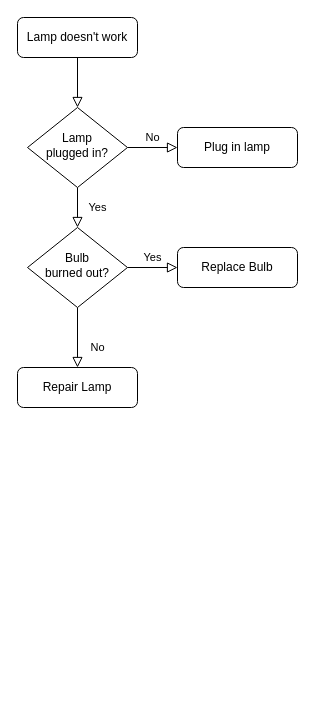
Earlier version of the draw.io diagram Untitled Diagram.drawio (upholdjd/Sketches). Source tidied: cells renumbered, new cells numbered last; positions are measured from the earlier drawing's top-left corner, leaving out a move shared by most shapes. Both pictures are drawn from the tidied source at 100%, with x=0, y=0 at pixel (17, 17).
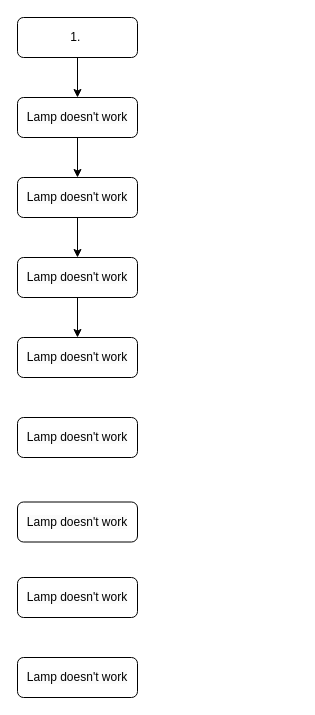
Above is the later version.

Change to the diagram source:
```diff
@@
 <mxGraphModel>
   <root>
     <mxCell id="0" />
     <mxCell id="1" parent="0" />
-    <mxCell id="2" style="rounded=0;html=1;jettySize=auto;fontSize=11;endArrow=block;endFill=0;endSize=8;strokeWidth=1;shadow=0;labelBackgroundColor=none;edgeStyle=orthogonalEdgeStyle;" parent="1" edge="1" source="3" target="6">
-      <mxGeometry relative="1" as="geometry" />
-    </mxCell>
+    <mxCell id="13" style="edgeStyle=orthogonalEdgeStyle;rounded=0;jettySize=auto;html=1;exitX=0.5;exitY=1;exitDx=0;exitDy=0;entryX=0.5;entryY=0;entryDx=0;entryDy=0;" parent="1" edge="1" source="3" target="15">
+      <mxGeometry relative="1" as="geometry" />
+    </mxCell>
-    <mxCell id="3" value="Lamp doesn't work" style="rounded=1;whiteSpace=wrap;html=1;fontSize=12;glass=0;strokeWidth=1;shadow=0;" parent="1" vertex="1">
+    <mxCell id="3" value="1.&amp;nbsp;" style="rounded=1;whiteSpace=wrap;html=1;fontSize=12;glass=0;strokeWidth=1;shadow=0;" parent="1" vertex="1">
       <mxGeometry width="120" height="40" as="geometry" />
     </mxCell>
-    <mxCell id="4" value="Yes" style="rounded=0;html=1;jettySize=auto;fontSize=11;endArrow=block;endFill=0;endSize=8;strokeWidth=1;shadow=0;labelBackgroundColor=none;edgeStyle=orthogonalEdgeStyle;" parent="1" edge="1" source="6" target="10">
-      <mxGeometry y="20" relative="1" as="geometry" />
-    </mxCell>
-    <mxCell id="5" value="No" style="edgeStyle=orthogonalEdgeStyle;rounded=0;html=1;jettySize=auto;fontSize=11;endArrow=block;endFill=0;endSize=8;strokeWidth=1;shadow=0;labelBackgroundColor=none;" parent="1" edge="1" source="6" target="7">
-      <mxGeometry y="10" relative="1" as="geometry" />
-    </mxCell>
-    <mxCell id="6" value="Lamp&lt;br&gt;plugged in?" style="rhombus;whiteSpace=wrap;html=1;shadow=0;fontFamily=Helvetica;fontSize=12;align=center;strokeWidth=1;spacing=6;spacingTop=-4;" parent="1" vertex="1">
-      <mxGeometry x="10" y="90" width="100" height="80" as="geometry" />
-    </mxCell>
-    <mxCell id="7" value="Plug in lamp" style="rounded=1;whiteSpace=wrap;html=1;fontSize=12;glass=0;strokeWidth=1;shadow=0;" parent="1" vertex="1">
-      <mxGeometry x="160" y="110" width="120" height="40" as="geometry" />
-    </mxCell>
-    <mxCell id="8" value="No" style="rounded=0;html=1;jettySize=auto;fontSize=11;endArrow=block;endFill=0;endSize=8;strokeWidth=1;shadow=0;labelBackgroundColor=none;edgeStyle=orthogonalEdgeStyle;" parent="1" edge="1" source="10" target="11">
-      <mxGeometry x="0.33" y="20" relative="1" as="geometry" />
-    </mxCell>
-    <mxCell id="9" value="Yes" style="edgeStyle=orthogonalEdgeStyle;rounded=0;html=1;jettySize=auto;fontSize=11;endArrow=block;endFill=0;endSize=8;strokeWidth=1;shadow=0;labelBackgroundColor=none;" parent="1" edge="1" source="10" target="12">
-      <mxGeometry y="10" relative="1" as="geometry" />
-    </mxCell>
-    <mxCell id="10" value="Bulb&lt;br&gt;burned out?" style="rhombus;whiteSpace=wrap;html=1;shadow=0;fontFamily=Helvetica;fontSize=12;align=center;strokeWidth=1;spacing=6;spacingTop=-4;" parent="1" vertex="1">
-      <mxGeometry x="10" y="210" width="100" height="80" as="geometry" />
-    </mxCell>
-    <mxCell id="11" value="Repair Lamp" style="rounded=1;whiteSpace=wrap;html=1;fontSize=12;glass=0;strokeWidth=1;shadow=0;" parent="1" vertex="1">
-      <mxGeometry y="350" width="120" height="40" as="geometry" />
-    </mxCell>
-    <mxCell id="12" value="Replace Bulb" style="rounded=1;whiteSpace=wrap;html=1;fontSize=12;glass=0;strokeWidth=1;shadow=0;" parent="1" vertex="1">
-      <mxGeometry x="160" y="230" width="120" height="40" as="geometry" />
-    </mxCell>
+    <mxCell id="14" style="edgeStyle=orthogonalEdgeStyle;rounded=0;jettySize=auto;html=1;exitX=0.5;exitY=1;exitDx=0;exitDy=0;entryX=0.5;entryY=0;entryDx=0;entryDy=0;" parent="1" edge="1" source="15" target="17">
+      <mxGeometry relative="1" as="geometry" />
+    </mxCell>
+    <mxCell id="15" value="&lt;span style=&quot;color: rgb(0, 0, 0); font-family: Helvetica; font-size: 12px; font-style: normal; font-variant-ligatures: normal; font-variant-caps: normal; font-weight: 400; letter-spacing: normal; orphans: 2; text-align: center; text-indent: 0px; text-transform: none; widows: 2; word-spacing: 0px; -webkit-text-stroke-width: 0px; white-space: normal; background-color: rgb(251, 251, 251); text-decoration-thickness: initial; text-decoration-style: initial; text-decoration-color: initial; display: inline !important; float: none;&quot;&gt;Lamp doesn't work&lt;/span&gt;" style="rounded=1;whiteSpace=wrap;html=1;" parent="1" vertex="1">
+      <mxGeometry y="80" width="120" height="40" as="geometry" />
+    </mxCell>
+    <mxCell id="16" style="edgeStyle=orthogonalEdgeStyle;rounded=0;jettySize=auto;html=1;exitX=0.5;exitY=1;exitDx=0;exitDy=0;entryX=0.5;entryY=0;entryDx=0;entryDy=0;" parent="1" edge="1" source="17" target="19">
+      <mxGeometry relative="1" as="geometry" />
+    </mxCell>
+    <mxCell id="17" value="&lt;span style=&quot;color: rgb(0, 0, 0); font-family: Helvetica; font-size: 12px; font-style: normal; font-variant-ligatures: normal; font-variant-caps: normal; font-weight: 400; letter-spacing: normal; orphans: 2; text-align: center; text-indent: 0px; text-transform: none; widows: 2; word-spacing: 0px; -webkit-text-stroke-width: 0px; white-space: normal; background-color: rgb(251, 251, 251); text-decoration-thickness: initial; text-decoration-style: initial; text-decoration-color: initial; display: inline !important; float: none;&quot;&gt;Lamp doesn't work&lt;/span&gt;" style="rounded=1;whiteSpace=wrap;html=1;" parent="1" vertex="1">
+      <mxGeometry y="160" width="120" height="40" as="geometry" />
+    </mxCell>
+    <mxCell id="18" style="edgeStyle=orthogonalEdgeStyle;rounded=0;jettySize=auto;html=1;exitX=0.5;exitY=1;exitDx=0;exitDy=0;entryX=0.5;entryY=0;entryDx=0;entryDy=0;" parent="1" edge="1" source="19" target="20">
+      <mxGeometry relative="1" as="geometry" />
+    </mxCell>
+    <mxCell id="19" value="&lt;span style=&quot;color: rgb(0, 0, 0); font-family: Helvetica; font-size: 12px; font-style: normal; font-variant-ligatures: normal; font-variant-caps: normal; font-weight: 400; letter-spacing: normal; orphans: 2; text-align: center; text-indent: 0px; text-transform: none; widows: 2; word-spacing: 0px; -webkit-text-stroke-width: 0px; white-space: normal; background-color: rgb(251, 251, 251); text-decoration-thickness: initial; text-decoration-style: initial; text-decoration-color: initial; display: inline !important; float: none;&quot;&gt;Lamp doesn't work&lt;/span&gt;" style="rounded=1;whiteSpace=wrap;html=1;" parent="1" vertex="1">
+      <mxGeometry y="240" width="120" height="40" as="geometry" />
+    </mxCell>
+    <mxCell id="20" value="&lt;span style=&quot;color: rgb(0, 0, 0); font-family: Helvetica; font-size: 12px; font-style: normal; font-variant-ligatures: normal; font-variant-caps: normal; font-weight: 400; letter-spacing: normal; orphans: 2; text-align: center; text-indent: 0px; text-transform: none; widows: 2; word-spacing: 0px; -webkit-text-stroke-width: 0px; white-space: normal; background-color: rgb(251, 251, 251); text-decoration-thickness: initial; text-decoration-style: initial; text-decoration-color: initial; display: inline !important; float: none;&quot;&gt;Lamp doesn't work&lt;/span&gt;" style="rounded=1;whiteSpace=wrap;html=1;" parent="1" vertex="1">
+      <mxGeometry y="320" width="120" height="40" as="geometry" />
+    </mxCell>
+    <mxCell id="21" value="&lt;span style=&quot;color: rgb(0, 0, 0); font-family: Helvetica; font-size: 12px; font-style: normal; font-variant-ligatures: normal; font-variant-caps: normal; font-weight: 400; letter-spacing: normal; orphans: 2; text-align: center; text-indent: 0px; text-transform: none; widows: 2; word-spacing: 0px; -webkit-text-stroke-width: 0px; white-space: normal; background-color: rgb(251, 251, 251); text-decoration-thickness: initial; text-decoration-style: initial; text-decoration-color: initial; display: inline !important; float: none;&quot;&gt;Lamp doesn't work&lt;/span&gt;" style="rounded=1;whiteSpace=wrap;html=1;" parent="1" vertex="1">
+      <mxGeometry y="400" width="120" height="40" as="geometry" />
+    </mxCell>
+    <mxCell id="22" value="&lt;span style=&quot;color: rgb(0, 0, 0); font-family: Helvetica; font-size: 12px; font-style: normal; font-variant-ligatures: normal; font-variant-caps: normal; font-weight: 400; letter-spacing: normal; orphans: 2; text-align: center; text-indent: 0px; text-transform: none; widows: 2; word-spacing: 0px; -webkit-text-stroke-width: 0px; white-space: normal; background-color: rgb(251, 251, 251); text-decoration-thickness: initial; text-decoration-style: initial; text-decoration-color: initial; display: inline !important; float: none;&quot;&gt;Lamp doesn't work&lt;/span&gt;" style="rounded=1;whiteSpace=wrap;html=1;" parent="1" vertex="1">
+      <mxGeometry y="484.5" width="120" height="40" as="geometry" />
+    </mxCell>
+    <mxCell id="23" value="&lt;span style=&quot;color: rgb(0, 0, 0); font-family: Helvetica; font-size: 12px; font-style: normal; font-variant-ligatures: normal; font-variant-caps: normal; font-weight: 400; letter-spacing: normal; orphans: 2; text-align: center; text-indent: 0px; text-transform: none; widows: 2; word-spacing: 0px; -webkit-text-stroke-width: 0px; white-space: normal; background-color: rgb(251, 251, 251); text-decoration-thickness: initial; text-decoration-style: initial; text-decoration-color: initial; display: inline !important; float: none;&quot;&gt;Lamp doesn't work&lt;/span&gt;" style="rounded=1;whiteSpace=wrap;html=1;" parent="1" vertex="1">
+      <mxGeometry y="560" width="120" height="40" as="geometry" />
+    </mxCell>
+    <mxCell id="24" value="&lt;span style=&quot;color: rgb(0, 0, 0); font-family: Helvetica; font-size: 12px; font-style: normal; font-variant-ligatures: normal; font-variant-caps: normal; font-weight: 400; letter-spacing: normal; orphans: 2; text-align: center; text-indent: 0px; text-transform: none; widows: 2; word-spacing: 0px; -webkit-text-stroke-width: 0px; white-space: normal; background-color: rgb(251, 251, 251); text-decoration-thickness: initial; text-decoration-style: initial; text-decoration-color: initial; display: inline !important; float: none;&quot;&gt;Lamp doesn't work&lt;/span&gt;" style="rounded=1;whiteSpace=wrap;html=1;" parent="1" vertex="1">
+      <mxGeometry y="640" width="120" height="40" as="geometry" />
+    </mxCell>
   </root>
 </mxGraphModel>
```
